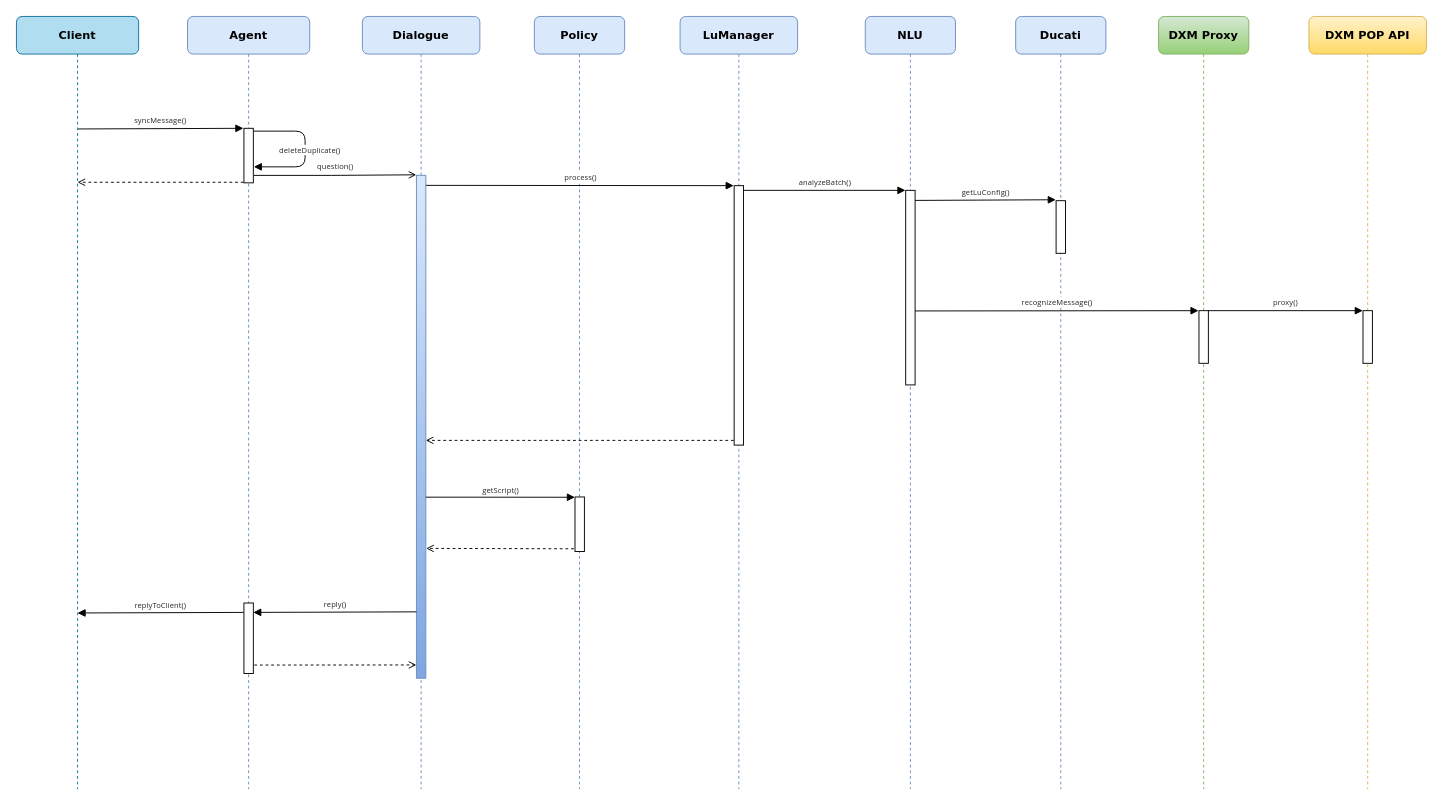
Earlier version of the draw.io diagram leyan/dxm/Sequence Diagram 6.drawio (GeekKwok/UML). Source tidied: cells renumbered, new cells numbered last; positions are measured from the earlier drawing's top-left corner, leaving out a move shared by most shapes. Both pictures are drawn from the tidied source at 94%, with x=0, y=0 at pixel (16, 16).
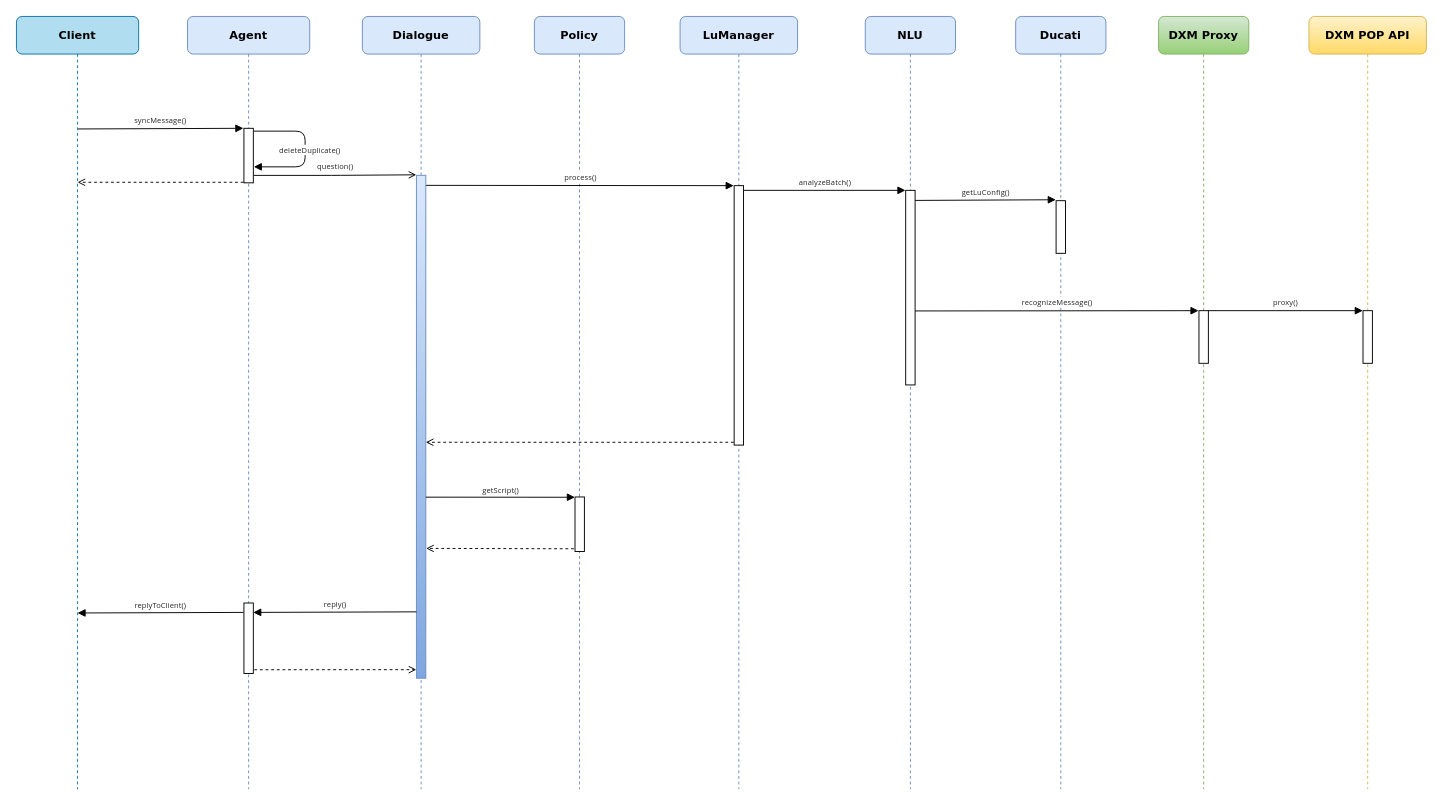
After the change.

The change refers to these unchanged cells:
```xml
<mxCell id="5" value="&lt;b&gt;Agent&lt;/b&gt;" style="shape=umlLifeline;perimeter=lifelinePerimeter;whiteSpace=wrap;html=1;rounded=1;shadow=0;comic=0;labelBackgroundColor=none;strokeWidth=1;fontFamily=Verdana;fontSize=12;align=center;fillColor=#dae8fc;strokeColor=#6c8ebf;" parent="1" vertex="1">
  <mxGeometry x="182" width="130" height="822" as="geometry" />
</mxCell>
<mxCell id="12" style="html=1;points=[];perimeter=orthogonalPerimeter;rounded=0;shadow=0;comic=0;labelBackgroundColor=none;strokeWidth=1;fontFamily=Verdana;fontSize=12;align=center;gradientColor=#7ea6e0;fillColor=#dae8fc;strokeColor=#6c8ebf;" parent="11" vertex="1">
  <mxGeometry x="57.5" y="169" width="10" height="535" as="geometry" />
</mxCell>
```

Diff of the diagram source:
```diff
@@
     <mxCell id="8" style="html=1;verticalAlign=bottom;labelBackgroundColor=none;endArrow=open;endFill=0;dashed=1;entryX=-0.01;entryY=0.936;entryDx=0;entryDy=0;entryPerimeter=0;" parent="5" edge="1">
       <mxGeometry relative="1" as="geometry">
-        <mxPoint x="71" y="690" as="sourcePoint" />
-        <mxPoint x="243.4" y="689.9" as="targetPoint" />
+        <mxPoint x="71" y="695" as="sourcePoint" />
+        <mxPoint x="243.4" y="694.9" as="targetPoint" />
       </mxGeometry>
     </mxCell>
@@
-    <mxCell id="33" style="html=1;verticalAlign=bottom;labelBackgroundColor=none;endArrow=open;endFill=0;dashed=1;exitX=-0.046;exitY=0.96;exitDx=0;exitDy=0;exitPerimeter=0;" parent="1" edge="1" target="12">
+    <mxCell id="33" style="html=1;verticalAlign=bottom;labelBackgroundColor=none;endArrow=open;endFill=0;dashed=1;exitX=-0.046;exitY=0.96;exitDx=0;exitDy=0;exitPerimeter=0;" parent="1" edge="1">
       <mxGeometry relative="1" as="geometry">
-        <mxPoint x="763.1" y="451" as="sourcePoint" />
+        <mxPoint x="763.1" y="453" as="sourcePoint" />
+        <mxPoint x="435.5" y="453" as="targetPoint" />
       </mxGeometry>
     </mxCell>
```
